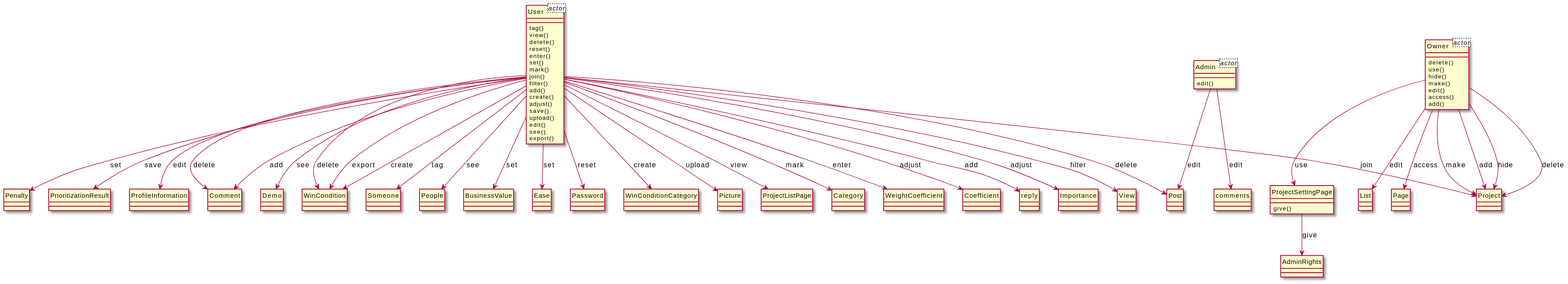
The PlantUML diagram output/diagram_5/2019-USC-Project06.svg in xixixhalu/DomainModelExtractor, before a commit. Its diagram source:
```plantuml
@startuml
hide circle
class User<actor> {
}
class Owner<actor> {
}
class Admin<actor> {
}
class Owner {
	delete()
	use()
	hide()
	make()
	edit()
	access()
	add()
}
class Project {
}
class User {
	tag()
	view()
	delete()
	reset()
	enter()
	set()
	mark()
	join()
	filter()
	add()
	create()
	adjust()
	save()
	upload()
	edit()
	see()
	export()
}
class Comment {
}
class Demo {
}
class Post {
}
class ProjectSettingPage {
	give()
}
class WinCondition {
}
class Someone {
}
class People {
}
class BusinessValue {
}
class Ease {
}
class Password {
}
class AdminRights {
}
class WinConditionCategory {
}
class Admin {
	edit()
}
class List {
}
class Picture {
}
class ProjectListPage {
}
class Page {
}
class Category {
}
class WeightCoefficient {
}
class Coefficient {
}
class comments {
}
class reply {
}
class Importance {
}
class View {
}
class Penalty {
}
class PrioritizationResult {
}
class ProfileInformation {
}
User --> Demo : see
User --> Penalty : set
User --> Ease : set
Owner --> Page : access
User --> Post : delete
Owner --> Project : delete
User --> Password : reset
User --> Comment : delete
User --> Project : join
Owner --> ProjectSettingPage : use
User --> PrioritizationResult : save
User --> Category : mark
User --> WinCondition : export
User --> ProfileInformation : edit
User --> WinCondition : create
User --> WeightCoefficient : enter
User --> Someone : tag
Owner --> Project : make
User --> People : see
User --> BusinessValue : set
User --> Coefficient : adjust
ProjectSettingPage --> AdminRights : give
Owner --> Project : add
User --> WinConditionCategory : create
User --> WinCondition : delete
Admin --> comments : edit
Admin --> Post : edit
User --> reply : add
Owner --> Project : hide
Owner --> List : edit
User --> Importance : adjust
User --> Picture : upload
User --> Comment : add
User --> View : filter
User --> ProjectListPage : view
@enduml
```
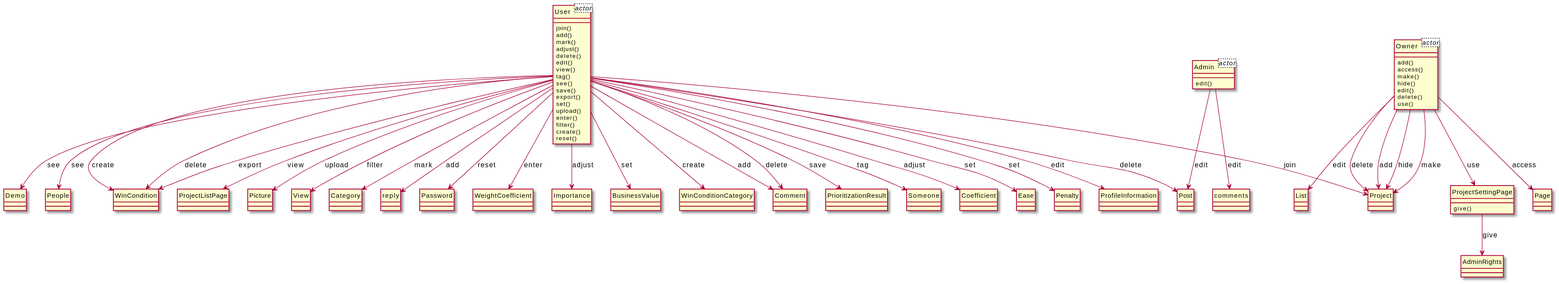
After the change.

What changed in the source:
```diff
@@ -6,125 +6,125 @@
 }
 class Admin<actor> {
 }
-class Owner {
+class User {
+	join()
+	add()
+	mark()
+	adjust()
 	delete()
-	use()
-	hide()
-	make()
 	edit()
-	access()
-	add()
-}
-class Project {
-}
-class User {
+	view()
 	tag()
-	view()
-	delete()
+	see()
+	save()
+	export()
+	set()
+	upload()
+	enter()
+	filter()
+	create()
 	reset()
-	enter()
-	set()
-	mark()
-	join()
-	filter()
-	add()
-	create()
-	adjust()
-	save()
-	upload()
-	edit()
-	see()
-	export()
 }
 class Comment {
 }
-class Demo {
+class PrioritizationResult {
 }
 class Post {
+}
+class Owner {
+	add()
+	access()
+	make()
+	hide()
+	edit()
+	delete()
+	use()
 }
 class ProjectSettingPage {
 	give()
 }
-class WinCondition {
+class Project {
 }
 class Someone {
 }
-class People {
-}
-class BusinessValue {
+class Coefficient {
 }
 class Ease {
 }
+class Admin {
+	edit()
+}
+class Penalty {
+}
+class ProfileInformation {
+}
+class Demo {
+}
+class Page {
+}
+class People {
+}
+class WinCondition {
+}
+class List {
+}
+class ProjectListPage {
+}
+class Picture {
+}
+class View {
+}
+class Category {
+}
+class comments {
+}
+class reply {
+}
 class Password {
+}
+class WeightCoefficient {
+}
+class Importance {
+}
+class BusinessValue {
 }
 class AdminRights {
 }
 class WinConditionCategory {
 }
-class Admin {
-	edit()
-}
-class List {
-}
-class Picture {
-}
-class ProjectListPage {
-}
-class Page {
-}
-class Category {
-}
-class WeightCoefficient {
-}
-class Coefficient {
-}
-class comments {
-}
-class reply {
-}
-class Importance {
-}
-class View {
-}
-class Penalty {
-}
-class PrioritizationResult {
-}
-class ProfileInformation {
-}
+User --> Comment : add
+User --> Penalty : set
+User --> Importance : adjust
+User --> Project : join
+Owner --> ProjectSettingPage : use
+User --> WinCondition : export
+User --> ProfileInformation : edit
+User --> BusinessValue : set
+User --> Picture : upload
+Owner --> Project : add
+ProjectSettingPage --> AdminRights : give
+User --> View : filter
+User --> Someone : tag
+User --> WinConditionCategory : create
+User --> Category : mark
+User --> Coefficient : adjust
+User --> Ease : set
+Owner --> Project : hide
 User --> Demo : see
-User --> Penalty : set
-User --> Ease : set
+Admin --> comments : edit
 Owner --> Page : access
-User --> Post : delete
-Owner --> Project : delete
+User --> reply : add
+Admin --> Post : edit
+User --> People : see
+Owner --> Project : make
 User --> Password : reset
 User --> Comment : delete
-User --> Project : join
-Owner --> ProjectSettingPage : use
+User --> WinCondition : create
+User --> WinCondition : delete
 User --> PrioritizationResult : save
-User --> Category : mark
-User --> WinCondition : export
-User --> ProfileInformation : edit
-User --> WinCondition : create
+Owner --> List : edit
+Owner --> Project : delete
 User --> WeightCoefficient : enter
-User --> Someone : tag
-Owner --> Project : make
-User --> People : see
-User --> BusinessValue : set
-User --> Coefficient : adjust
-ProjectSettingPage --> AdminRights : give
-Owner --> Project : add
-User --> WinConditionCategory : create
-User --> WinCondition : delete
-Admin --> comments : edit
-Admin --> Post : edit
-User --> reply : add
-Owner --> Project : hide
-Owner --> List : edit
-User --> Importance : adjust
-User --> Picture : upload
-User --> Comment : add
-User --> View : filter
+User --> Post : delete
 User --> ProjectListPage : view
 @enduml
```
